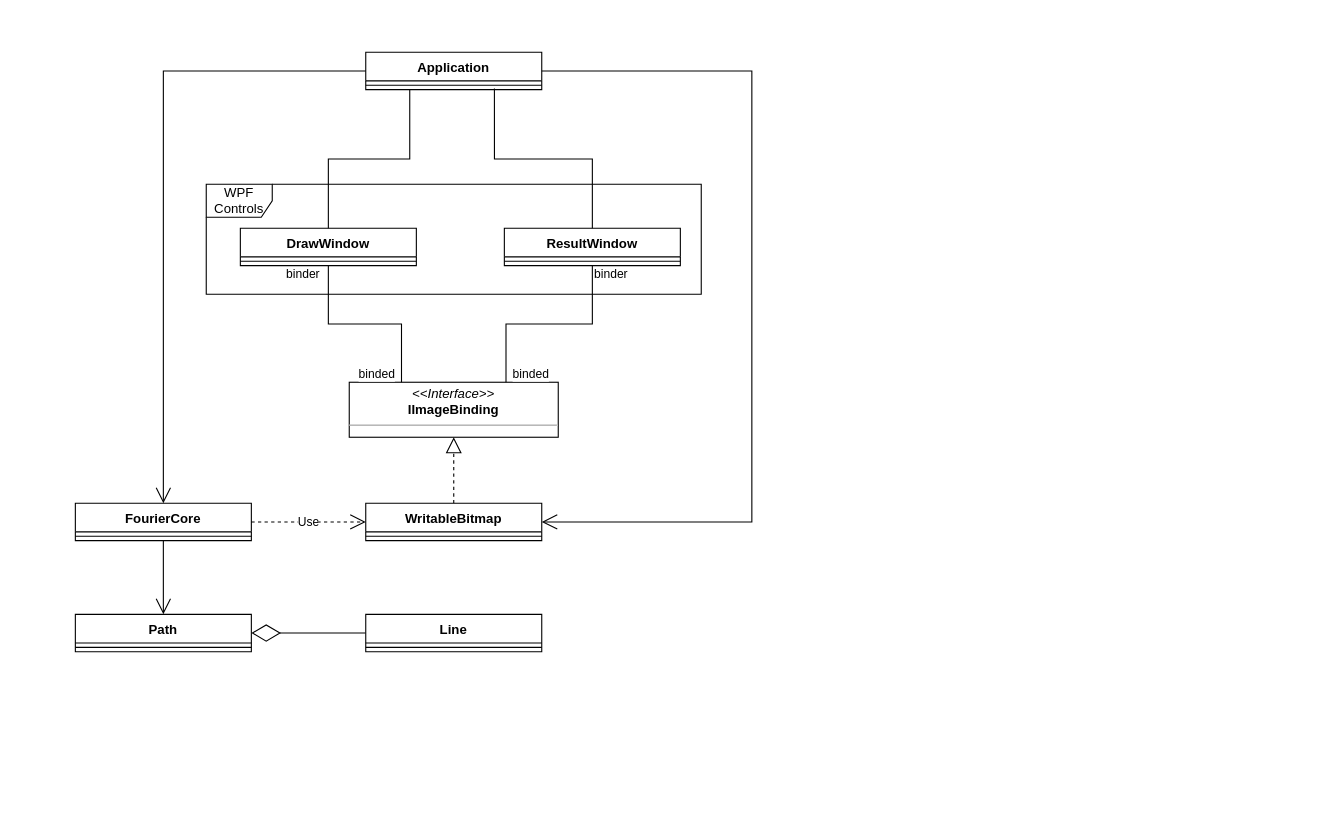
This is UML Class Diagram.drawio from capalloc/DrawToFourier, a draw.io file, before an edit. Source tidied: cells renumbered, new cells numbered last; positions are measured from the earlier drawing's top-left corner, leaving out a move shared by most shapes. Both pictures are drawn from the tidied source at 110%, with x=0, y=0 at pixel (75, 52).
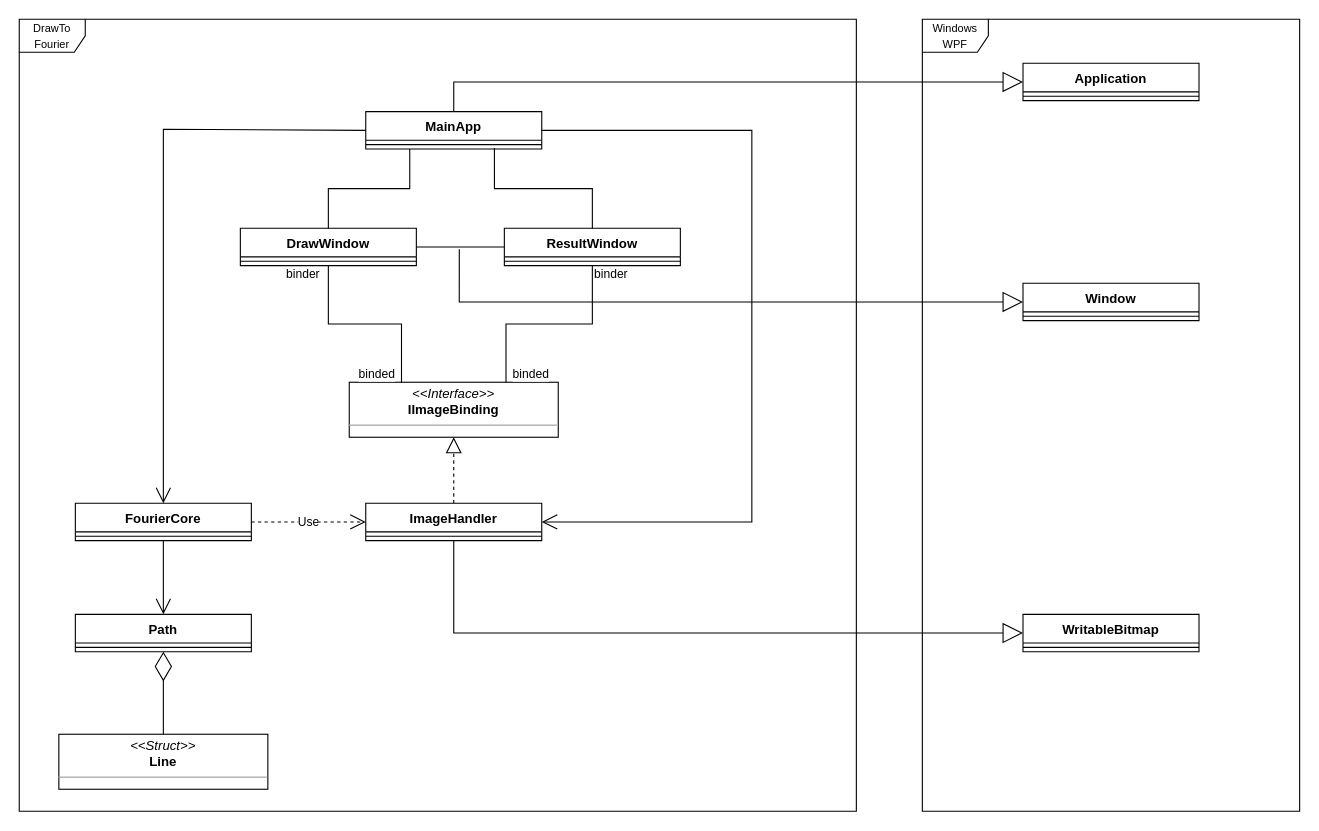
The same page after the edit.

Commit message (it also covers changes not shown here):
File arrangement and new class creation done.

The change refers to these unchanged cells:
```xml
<mxCell id="11" value="&lt;p style=&quot;margin: 0px ; margin-top: 4px ; text-align: center&quot;&gt;&lt;i&gt;&amp;lt;&amp;lt;Interface&amp;gt;&amp;gt;&lt;/i&gt;&lt;br&gt;&lt;b&gt;IImageBinding&lt;/b&gt;&lt;/p&gt;&lt;hr size=&quot;1&quot;&gt;&lt;p style=&quot;margin: 0px ; margin-left: 4px&quot;&gt;&lt;br&gt;&lt;/p&gt;" style="verticalAlign=top;align=left;overflow=fill;fontSize=12;fontFamily=Helvetica;html=1;" parent="1" vertex="1">
  <mxGeometry x="249" y="300" width="190" height="50" as="geometry" />
</mxCell>
<mxCell id="21" value="FourierCore" style="swimlane;fontStyle=1;align=center;verticalAlign=top;horizontal=1;startSize=26;" parent="1" vertex="1">
  <mxGeometry y="410" width="160" height="34" as="geometry" />
</mxCell>
<mxCell id="26" value="Path" style="swimlane;fontStyle=1;align=center;verticalAlign=top;horizontal=1;startSize=26;" parent="1" vertex="1">
  <mxGeometry y="511" width="160" height="34" as="geometry" />
</mxCell>
```

Diff of the diagram source:
```diff
@@
-    <mxCell id="2" value="WPF Controls" style="shape=umlFrame;whiteSpace=wrap;html=1;" parent="1" vertex="1">
-      <mxGeometry x="119" y="120" width="450" height="100" as="geometry" />
-    </mxCell>
+    <mxCell id="32" value="&lt;font style=&quot;font-size: 10px&quot;&gt;Windows WPF&lt;/font&gt;" style="shape=umlFrame;whiteSpace=wrap;html=1;" parent="1" vertex="1">
+      <mxGeometry x="770" y="-30" width="343" height="720" as="geometry" />
+    </mxCell>
+    <mxCell id="33" value="&lt;font style=&quot;font-size: 10px&quot;&gt;DrawTo&lt;br&gt;Fourier&lt;/font&gt;" style="shape=umlFrame;whiteSpace=wrap;html=1;" parent="1" vertex="1">
+      <mxGeometry x="-51" y="-30" width="761" height="720" as="geometry" />
+    </mxCell>
-    <mxCell id="3" value="Application" style="swimlane;fontStyle=1;align=center;verticalAlign=top;horizontal=1;startSize=26;" parent="1" vertex="1">
-      <mxGeometry x="264" width="160" height="34" as="geometry" />
+    <mxCell id="3" value="MainApp" style="swimlane;fontStyle=1;align=center;verticalAlign=top;horizontal=1;startSize=26;" parent="1" vertex="1">
+      <mxGeometry x="264" y="54" width="160" height="34" as="geometry" />
     </mxCell>
@@
-    <mxCell id="18" style="endArrow=block;dashed=1;endFill=0;endSize=12;html=1;rounded=0;entryX=0.5;entryY=1;entryDx=0;entryDy=0;exitX=0.5;exitY=0;exitDx=0;exitDy=0;" parent="1" edge="1" source="19" target="11">
+    <mxCell id="18" style="endArrow=block;dashed=1;endFill=0;endSize=12;html=1;rounded=0;entryX=0.5;entryY=1;entryDx=0;entryDy=0;exitX=0.5;exitY=0;exitDx=0;exitDy=0;" parent="1" edge="1" source="35" target="11">
       <mxGeometry relative="1" as="geometry" />
     </mxCell>
-    <mxCell id="19" value="WritableBitmap" style="swimlane;fontStyle=1;align=center;verticalAlign=top;horizontal=1;startSize=26;" parent="1" vertex="1">
-      <mxGeometry x="264" y="410" width="160" height="34" as="geometry" />
-    </mxCell>
-    <mxCell id="20" style="line;strokeWidth=1;fillColor=none;align=left;verticalAlign=middle;spacingTop=-1;spacingLeft=3;spacingRight=3;labelPosition=right;" parent="19" vertex="1">
-      <mxGeometry y="26" width="160" height="8" as="geometry" />
-    </mxCell>
@@
     <mxCell id="23" style="endArrow=open;endFill=1;endSize=12;html=1;rounded=0;exitX=0;exitY=0.5;exitDx=0;exitDy=0;entryX=0.5;entryY=0;entryDx=0;entryDy=0;" parent="1" edge="1" source="3" target="21">
       <mxGeometry relative="1" as="geometry">
         <Array as="points">
-          <mxPoint x="80" y="17" />
+          <mxPoint x="80" y="70" />
         </Array>
       </mxGeometry>
     </mxCell>
-    <mxCell id="24" value="Use" style="endArrow=open;endSize=12;dashed=1;html=1;rounded=0;exitX=1;exitY=0.5;exitDx=0;exitDy=0;entryX=0;entryY=0.5;entryDx=0;entryDy=0;" parent="1" edge="1" source="21" target="19">
+    <mxCell id="24" value="Use" style="endArrow=open;endSize=12;dashed=1;html=1;rounded=0;exitX=1;exitY=0.5;exitDx=0;exitDy=0;entryX=0;entryY=0.5;entryDx=0;entryDy=0;" parent="1" edge="1" source="21" target="35">
       <mxGeometry relative="1" as="geometry" />
     </mxCell>
-    <mxCell id="25" style="endArrow=open;endFill=1;endSize=12;html=1;rounded=0;exitX=1;exitY=0.5;exitDx=0;exitDy=0;entryX=1;entryY=0.5;entryDx=0;entryDy=0;" parent="1" edge="1" source="3" target="19">
+    <mxCell id="25" style="endArrow=open;endFill=1;endSize=12;html=1;rounded=0;exitX=1;exitY=0.5;exitDx=0;exitDy=0;entryX=1;entryY=0.5;entryDx=0;entryDy=0;" parent="1" edge="1" source="3" target="35">
       <mxGeometry relative="1" as="geometry">
         <Array as="points">
-          <mxPoint x="615" y="17" />
+          <mxPoint x="615" y="71" />
           <mxPoint x="615" y="427" />
         </Array>
       </mxGeometry>
     </mxCell>
@@
-    <mxCell id="29" style="endArrow=diamondThin;endFill=0;endSize=24;html=1;rounded=0;entryX=1;entryY=0.5;entryDx=0;entryDy=0;exitX=0;exitY=0.5;exitDx=0;exitDy=0;" parent="1" edge="1" source="30" target="26">
+    <mxCell id="29" style="endArrow=diamondThin;endFill=0;endSize=24;html=1;rounded=0;entryX=0.5;entryY=1;entryDx=0;entryDy=0;exitX=0.5;exitY=0;exitDx=0;exitDy=0;" parent="1" edge="1" source="34" target="26">
       <mxGeometry relative="1" as="geometry" />
     </mxCell>
-    <mxCell id="30" value="Line" style="swimlane;fontStyle=1;align=center;verticalAlign=top;horizontal=1;startSize=26;" parent="1" vertex="1">
-      <mxGeometry x="264" y="511" width="160" height="34" as="geometry" />
-    </mxCell>
-    <mxCell id="31" style="line;strokeWidth=1;fillColor=none;align=left;verticalAlign=middle;spacingTop=-1;spacingLeft=3;spacingRight=3;labelPosition=right;" parent="30" vertex="1">
-      <mxGeometry y="26" width="160" height="8" as="geometry" />
-    </mxCell>
+    <mxCell id="34" value="&lt;p style=&quot;margin: 0px ; margin-top: 4px ; text-align: center&quot;&gt;&lt;i&gt;&amp;lt;&amp;lt;Struct&amp;gt;&amp;gt;&lt;/i&gt;&lt;br&gt;&lt;b&gt;Line&lt;/b&gt;&lt;/p&gt;&lt;hr size=&quot;1&quot;&gt;&lt;p style=&quot;margin: 0px ; margin-left: 4px&quot;&gt;&lt;br&gt;&lt;/p&gt;" style="verticalAlign=top;align=left;overflow=fill;fontSize=12;fontFamily=Helvetica;html=1;" parent="1" vertex="1">
+      <mxGeometry x="-15" y="620" width="190" height="50" as="geometry" />
+    </mxCell>
+    <mxCell id="35" value="ImageHandler" style="swimlane;fontStyle=1;align=center;verticalAlign=top;horizontal=1;startSize=26;" parent="1" vertex="1">
+      <mxGeometry x="264" y="410" width="160" height="34" as="geometry" />
+    </mxCell>
+    <mxCell id="36" style="line;strokeWidth=1;fillColor=none;align=left;verticalAlign=middle;spacingTop=-1;spacingLeft=3;spacingRight=3;labelPosition=right;" parent="35" vertex="1">
+      <mxGeometry y="26" width="160" height="8" as="geometry" />
+    </mxCell>
+    <mxCell id="37" style="endArrow=block;endSize=16;endFill=0;html=1;rounded=0;exitX=0.5;exitY=1;exitDx=0;exitDy=0;entryX=0;entryY=0.5;entryDx=0;entryDy=0;" parent="1" edge="1" source="35" target="19">
+      <mxGeometry x="0.21" y="96" relative="1" as="geometry">
+        <Array as="points">
+          <mxPoint x="344" y="528" />
+        </Array>
+      </mxGeometry>
+    </mxCell>
+    <mxCell id="19" value="WritableBitmap" style="swimlane;fontStyle=1;align=center;verticalAlign=top;horizontal=1;startSize=26;" parent="1" vertex="1">
+      <mxGeometry x="861.5" y="511" width="160" height="34" as="geometry" />
+    </mxCell>
+    <mxCell id="38" style="line;strokeWidth=1;fillColor=none;align=left;verticalAlign=middle;spacingTop=-1;spacingLeft=3;spacingRight=3;labelPosition=right;" parent="19" vertex="1">
+      <mxGeometry y="26" width="160" height="8" as="geometry" />
+    </mxCell>
+    <mxCell id="39" value="Application" style="swimlane;fontStyle=1;align=center;verticalAlign=top;horizontal=1;startSize=26;" parent="1" vertex="1">
+      <mxGeometry x="861.5" y="10" width="160" height="34" as="geometry" />
+    </mxCell>
+    <mxCell id="40" style="line;strokeWidth=1;fillColor=none;align=left;verticalAlign=middle;spacingTop=-1;spacingLeft=3;spacingRight=3;labelPosition=right;" parent="39" vertex="1">
+      <mxGeometry y="26" width="160" height="8" as="geometry" />
+    </mxCell>
+    <mxCell id="41" style="endArrow=block;endSize=16;endFill=0;html=1;rounded=0;exitX=0.5;exitY=0;exitDx=0;exitDy=0;entryX=0;entryY=0.5;entryDx=0;entryDy=0;" parent="1" edge="1" source="3" target="39">
+      <mxGeometry x="0.21" y="96" relative="1" as="geometry">
+        <Array as="points">
+          <mxPoint x="344" y="27" />
+        </Array>
+      </mxGeometry>
+    </mxCell>
+    <mxCell id="42" value="Window" style="swimlane;fontStyle=1;align=center;verticalAlign=top;horizontal=1;startSize=26;" parent="1" vertex="1">
+      <mxGeometry x="861.5" y="210" width="160" height="34" as="geometry" />
+    </mxCell>
+    <mxCell id="43" style="line;strokeWidth=1;fillColor=none;align=left;verticalAlign=middle;spacingTop=-1;spacingLeft=3;spacingRight=3;labelPosition=right;" parent="42" vertex="1">
+      <mxGeometry y="26" width="160" height="8" as="geometry" />
+    </mxCell>
+    <mxCell id="44" style="endArrow=block;endSize=16;endFill=0;html=1;rounded=0;fontSize=10;exitX=0.488;exitY=0.75;exitDx=0;exitDy=0;exitPerimeter=0;entryX=0;entryY=0.5;entryDx=0;entryDy=0;" parent="1" edge="1" source="45" target="42">
+      <mxGeometry relative="1" as="geometry">
+        <Array as="points">
+          <mxPoint x="349" y="227" />
+        </Array>
+      </mxGeometry>
+    </mxCell>
+    <mxCell id="45" style="line;strokeWidth=1;fillColor=none;align=left;verticalAlign=middle;spacingTop=-1;spacingLeft=3;spacingRight=3;labelPosition=right;points=[];portConstraint=eastwest;fontSize=10;" parent="1" vertex="1">
+      <mxGeometry x="310" y="173" width="80" height="8" as="geometry" />
+    </mxCell>
```
